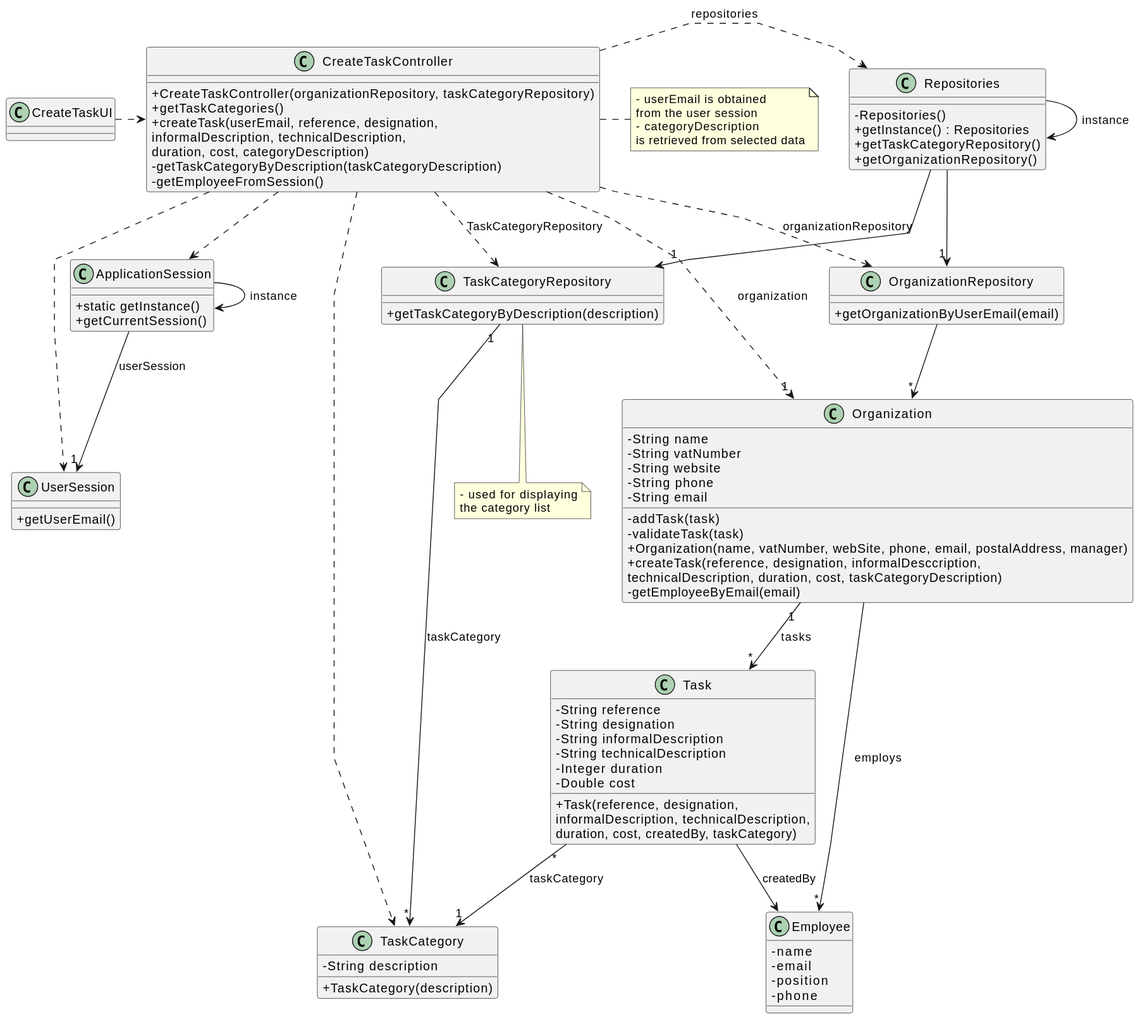
This is docs/tp1/svg/uc6-class-diagram.svg from PureNimble/ISEP-LAPR2, a PlantUML export, as it was before one commit. The source it was exported from:
```plantuml
@startuml
skinparam packageStyle rectangle
skinparam shadowing false
skinparam linetype polyline

skinparam classAttributeIconSize 0


class ApplicationSession
{
    + static getInstance()
    + getCurrentSession()
}

class UserSession
{
    + getUserEmail()
}

class Employee {
    - name
    - email
    - position
    - phone
}

class Task {
    - String reference
    - String designation
    - String informalDescription
    - String technicalDescription
    - Integer duration
    - Double cost

    + Task(reference, designation,\ninformalDescription, technicalDescription,\nduration, cost, createdBy, taskCategory)
}

class TaskCategory {
    - String description

    + TaskCategory(description)
}

class Organization {
    - String name
    - String vatNumber
    - String website
    - String phone
    - String email

    - addTask(task)
    - validateTask(task)
    + Organization(name, vatNumber, webSite, phone, email, postalAddress, manager)
    + createTask(reference, designation, informalDesccription,\ntechnicalDescription, duration, cost, taskCategoryDescription)
    - getEmployeeByEmail(email)
}

class TaskCategoryRepository {
    + getTaskCategoryByDescription(description)
}

class OrganizationRepository {
    + getOrganizationByUserEmail(email)
}

class Repositories {
    - Repositories()
    + getInstance() : Repositories
    + getTaskCategoryRepository()
    + getOrganizationRepository()
}

class CreateTaskController {
    + CreateTaskController(organizationRepository, taskCategoryRepository)
    + getTaskCategories()
    + createTask(userEmail, reference, designation,\ninformalDescription, technicalDescription,\nduration, cost, categoryDescription)
    - getTaskCategoryByDescription(taskCategoryDescription)
    - getEmployeeFromSession()
}

note right of CreateTaskController
    - userEmail is obtained
    from the user session
    - categoryDescription
    is retrieved from selected data
end note

note bottom of TaskCategoryRepository
    - used for displaying
    the category list
end note

class CreateTaskUI {
}

Repositories -> Repositories : instance
ApplicationSession -> ApplicationSession : instance

CreateTaskUI .> CreateTaskController

CreateTaskController .> Repositories : repositories

Repositories -> "1" TaskCategoryRepository

CreateTaskController ..> TaskCategory
CreateTaskController ..> OrganizationRepository : organizationRepository
CreateTaskController ..> TaskCategoryRepository : TaskCategoryRepository

Repositories --> "1" OrganizationRepository

OrganizationRepository --> "*" Organization
ApplicationSession --> "1" UserSession : userSession

CreateTaskController ..> "1" Organization : organization
CreateTaskController ..> ApplicationSession
CreateTaskController ..> UserSession
Task "*" --> "1" TaskCategory : taskCategory
TaskCategoryRepository "1" --> "*" TaskCategory : taskCategory
Organization "1" --> "*" Task : tasks
Task --> Employee : createdBy

Organization --> "*" Employee : employs
@enduml
```
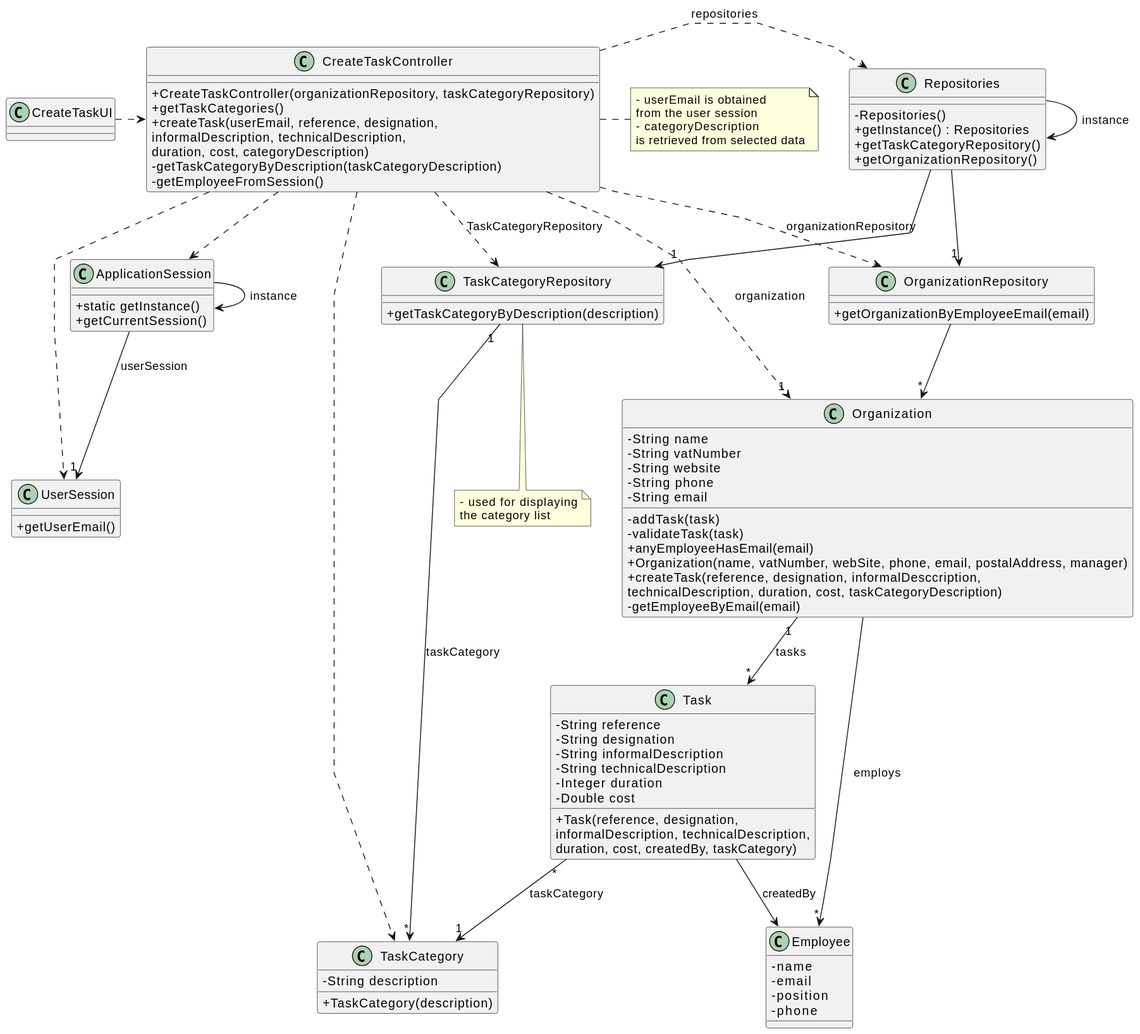
Later version of the same file.

The edit, as a diff of the source:
```diff
@@ -50,9 +50,11 @@
 
     - addTask(task)
     - validateTask(task)
+    + anyEmployeeHasEmail(email)
     + Organization(name, vatNumber, webSite, phone, email, postalAddress, manager)
     + createTask(reference, designation, informalDesccription,\ntechnicalDescription, duration, cost, taskCategoryDescription)
     - getEmployeeByEmail(email)
+
 }
 
 class TaskCategoryRepository {
@@ -60,7 +62,7 @@
 }
 
 class OrganizationRepository {
-    + getOrganizationByUserEmail(email)
+    + getOrganizationByEmployeeEmail(email)
 }
 
 class Repositories {
```
